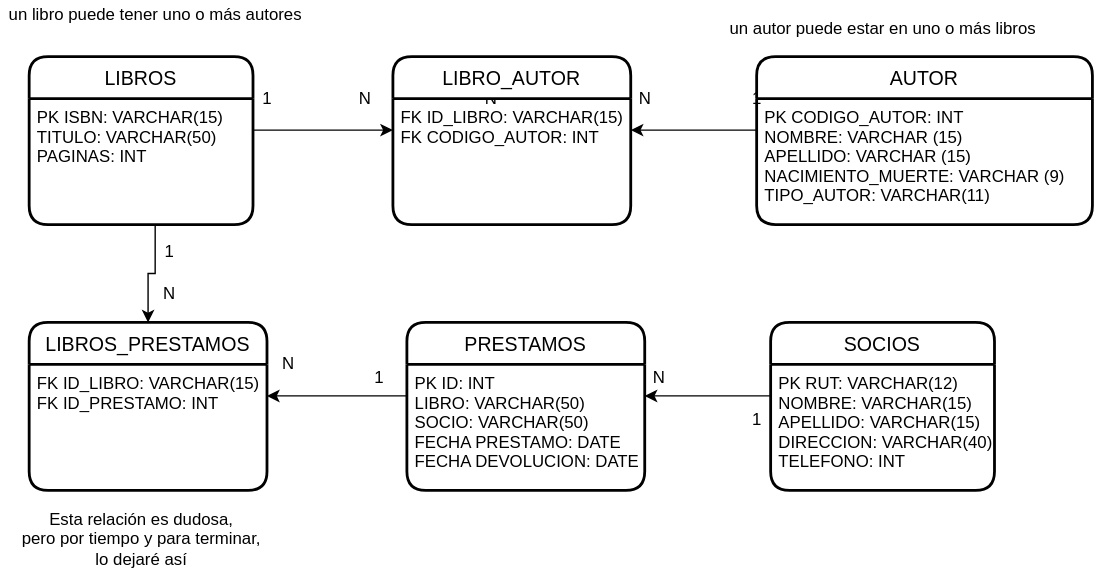
Earlier version of the draw.io export modelo-fisico.svg (cristiancfsc/prueba-biblioteca). Source tidied: cells renumbered, new cells last; positions are measured from the earlier drawing's top-left corner, leaving out a move shared by most shapes.
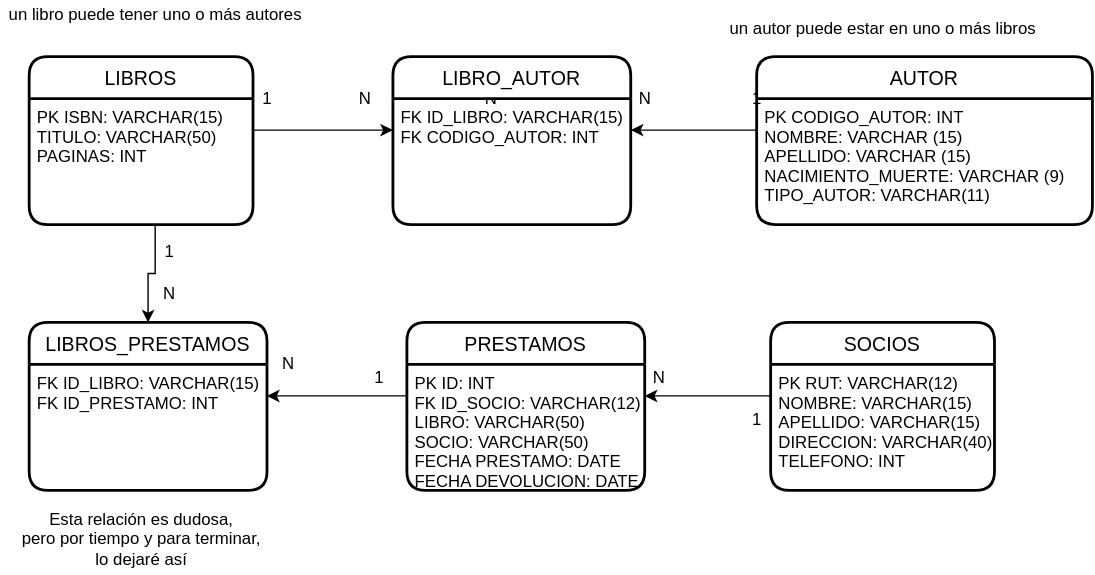
After the change.

Change to the diagram source:
```diff
@@ -23,7 +23,7 @@
     <mxCell id="8" value="PRESTAMOS" style="swimlane;horizontal=1;startSize=30;rounded=1;fontSize=14;fontStyle=0;strokeWidth=2;shadow=0;dashed=0;align=center;" parent="1" vertex="1">
       <mxGeometry x="290" y="230" width="170" height="120" as="geometry" />
     </mxCell>
-    <mxCell id="9" value="PK ID: INT&#10;LIBRO: VARCHAR(50)&#10;SOCIO: VARCHAR(50)&#10;FECHA PRESTAMO: DATE&#10;FECHA DEVOLUCION: DATE&#10;" style="align=left;strokeColor=none;fillColor=none;spacingLeft=4;fontSize=12;verticalAlign=top;" parent="8" vertex="1">
+    <mxCell id="9" value="PK ID: INT&#10;FK ID_SOCIO: VARCHAR(12)&#10;LIBRO: VARCHAR(50)&#10;SOCIO: VARCHAR(50)&#10;FECHA PRESTAMO: DATE&#10;FECHA DEVOLUCION: DATE&#10;" style="align=left;strokeColor=none;fillColor=none;spacingLeft=4;fontSize=12;verticalAlign=top;" parent="8" vertex="1">
       <mxGeometry y="30" width="170" height="90" as="geometry" />
     </mxCell>
     <mxCell id="10" value="N" style="text;html=1;align=center;verticalAlign=middle;strokeColor=none;fillColor=none;" parent="1" vertex="1">
```
